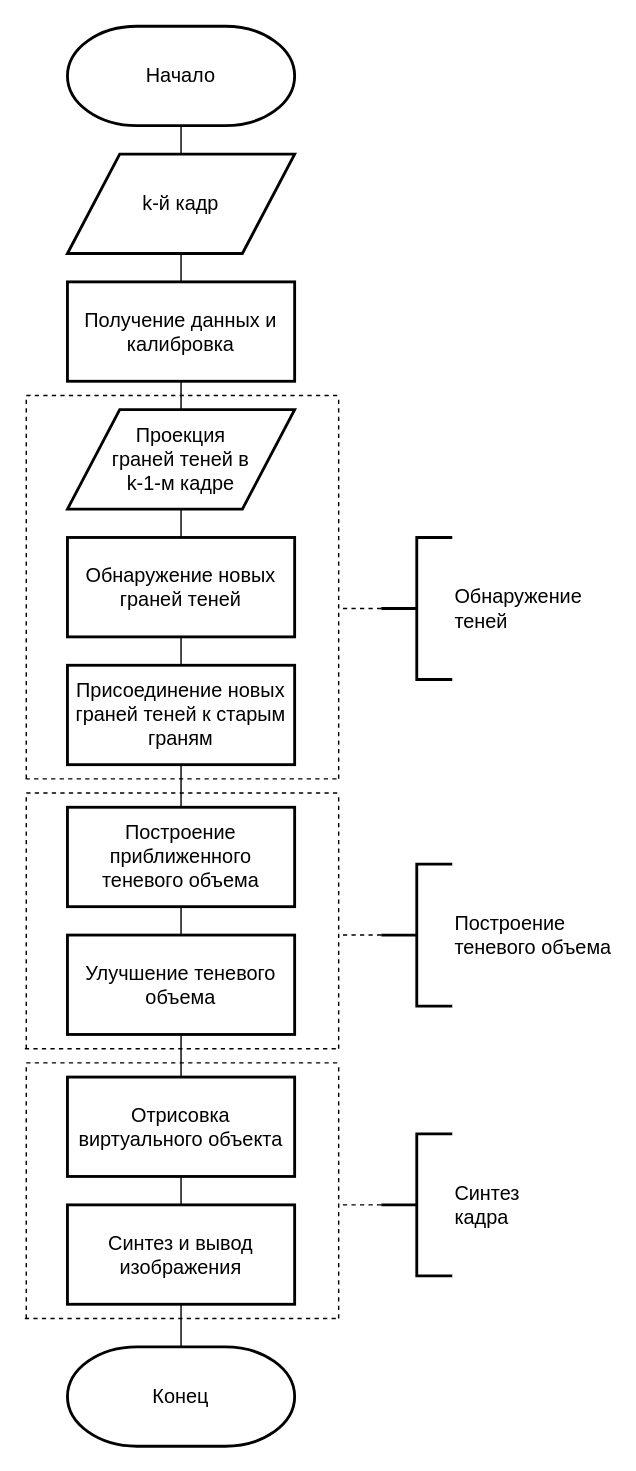
Yokud/bmstu_bachelors_diploma keeps this draw.io diagram as nir/tex/inc/img/ShadowVolumes.drawio. Above is the earlier version. Source tidied: cells renumbered, new cells numbered last; positions are measured from the earlier drawing's top-left corner, leaving out a move shared by most shapes. Both pictures are drawn from the tidied source at 142%, with x=0, y=0 at pixel (24, 26).
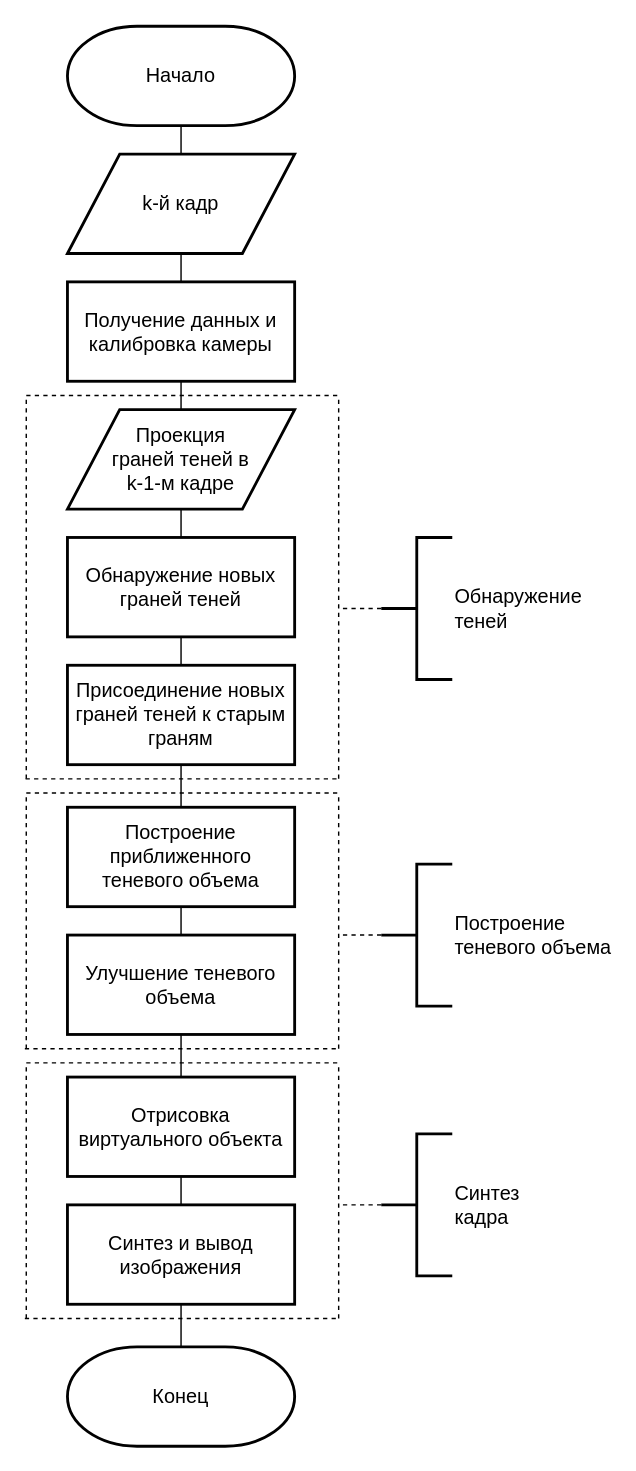
The same diagram, later.

Change to the diagram source:
```diff
@@
-    <mxCell id="7" value="Получение данных и калибровка" style="rounded=0;whiteSpace=wrap;html=1;absoluteArcSize=1;arcSize=14;strokeWidth=2;fontSize=14;" parent="1" vertex="1">
+    <mxCell id="7" value="Получение данных и калибровка камеры" style="rounded=0;whiteSpace=wrap;html=1;absoluteArcSize=1;arcSize=14;strokeWidth=2;fontSize=14;" parent="1" vertex="1">
       <mxGeometry x="30" y="180" width="160" height="70" as="geometry" />
     </mxCell>
```
